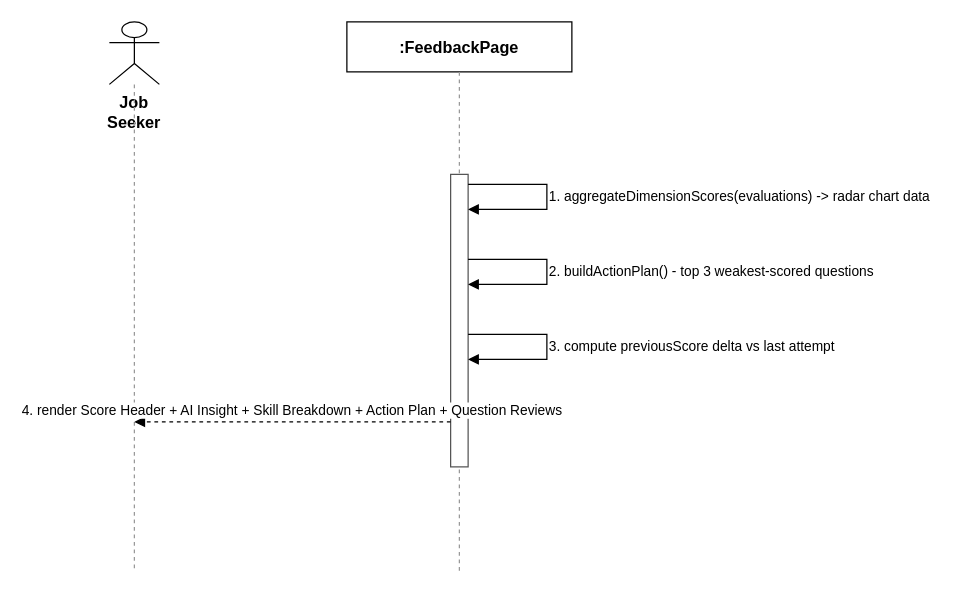
Above: docs/qa/Tu_SequenceDiagram/11_View_Interview_Summary.drawio in tulklk/AI_Interview_Question_Generation_RAG_LLM_FE (draw.io), before the change. Source tidied: cells renumbered, new cells numbered last; positions are measured from the earlier drawing's top-left corner, leaving out a move shared by most shapes. Both pictures are drawn from the tidied source at 125%, with x=0, y=0 at pixel (109, 21).
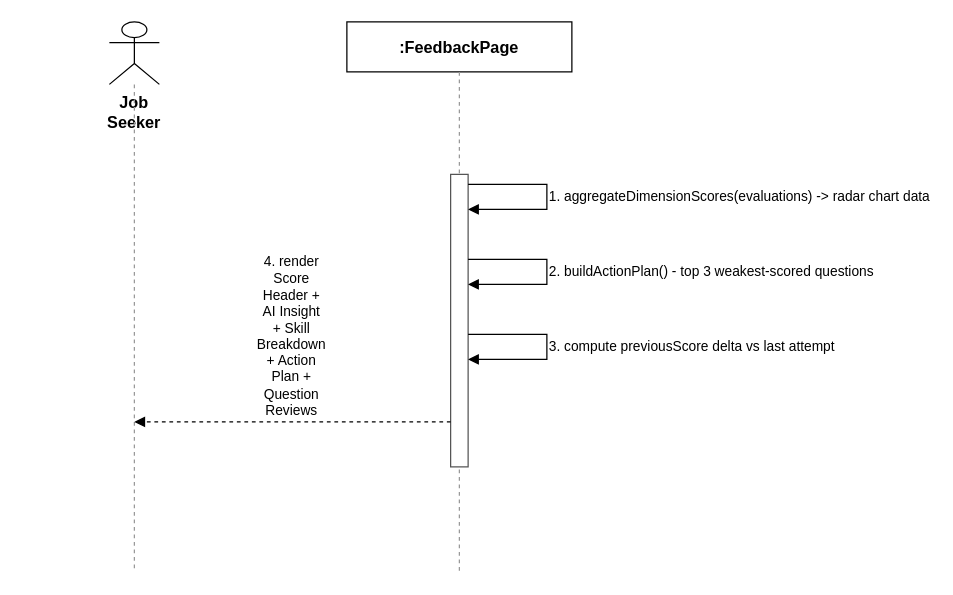
The same diagram, later.

Diff of the diagram source:
```diff
@@
-    <mxCell id="10" value="4. render Score Header + AI Insight + Skill Breakdown + Action Plan + Question Reviews" style="endArrow=block;endFill=1;html=1;dashed=1;fontSize=11;align=center;verticalAlign=bottom;labelBackgroundColor=#ffffff;strokeColor=#000000;" parent="1" edge="1">
+    <mxCell id="10" value="4. render Score Header + AI Insight + Skill Breakdown + Action Plan + Question Reviews" style="endArrow=block;endFill=1;html=1;whiteSpace=wrap;dashed=1;fontSize=11;align=center;verticalAlign=bottom;labelBackgroundColor=#ffffff;strokeColor=#000000;" parent="1" edge="1">
       <mxGeometry relative="1" as="geometry">
         <mxPoint x="273" y="320" as="sourcePoint" />
         <mxPoint x="20" y="320" as="targetPoint" />
       </mxGeometry>
     </mxCell>
```
